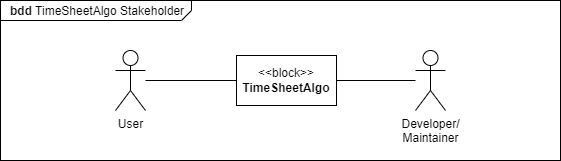
Before: 00_doc/Architecture_Models-01_Analysis_bdd.drawio.png, a diagram exported from draw.io (DedeHa/TimeSheet). Source tidied: cells renumbered, new cells last; positions are measured from the earlier drawing's top-left corner, leaving out a move shared by most shapes. Source of this version:
```xml
<mxGraphModel>
  <root>
    <mxCell id="0" />
    <mxCell id="1" parent="0" />
    <mxCell id="2" value="&lt;p style=&quot;margin: 0px ; margin-top: 4px ; margin-left: 10px ; text-align: left&quot;&gt;&lt;b&gt;bdd&lt;/b&gt;&amp;nbsp;TimeSheetAlgo Stakeholder&lt;/p&gt;" style="html=1;strokeWidth=1;shape=mxgraph.sysml.package;labelX=191;align=left;spacingLeft=10;overflow=fill;" parent="1" vertex="1">
      <mxGeometry width="560" height="160" as="geometry" />
    </mxCell>
    <mxCell id="3" value="&lt;span style=&quot;font-weight: normal&quot;&gt;&amp;lt;&amp;lt;block&amp;gt;&amp;gt;&lt;/span&gt;&lt;br&gt;TimeSheetAlgo" style="strokeColor=inherit;fillColor=inherit;gradientColor=inherit;shape=rect;fontStyle=1;html=1;whiteSpace=wrap;align=center;" parent="2" vertex="1">
      <mxGeometry x="236" y="55" width="100" height="50" as="geometry" />
    </mxCell>
    <mxCell id="4" value="Developer/&lt;br&gt;Maintainer" style="shape=umlActor;html=1;verticalLabelPosition=bottom;verticalAlign=top;align=center;" parent="2" vertex="1">
      <mxGeometry x="415" y="50" width="30" height="60" as="geometry" />
    </mxCell>
    <mxCell id="5" style="edgeStyle=none;rounded=0;jettySize=auto;html=1;endArrow=none;endFill=0;entryX=1;entryY=0.5;entryDx=0;entryDy=0;" parent="2" edge="1" source="4" target="3">
      <mxGeometry relative="1" as="geometry" />
    </mxCell>
    <mxCell id="6" value="User" style="shape=umlActor;html=1;verticalLabelPosition=bottom;verticalAlign=top;align=center;" parent="2" vertex="1">
      <mxGeometry x="115" y="50" width="30" height="60" as="geometry" />
    </mxCell>
    <mxCell id="7" style="edgeStyle=none;rounded=0;jettySize=auto;html=1;endArrow=none;endFill=0;entryX=0;entryY=0.5;entryDx=0;entryDy=0;" parent="2" edge="1" source="6" target="3">
      <mxGeometry relative="1" as="geometry" />
    </mxCell>
  </root>
</mxGraphModel>
```
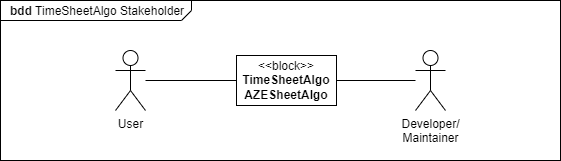
After the commit.

Commit message:
HOME-82 INF_D|BDD Update

Diff of the diagram source:
```diff
@@ -5,7 +5,7 @@
     <mxCell id="2" value="&lt;p style=&quot;margin: 0px ; margin-top: 4px ; margin-left: 10px ; text-align: left&quot;&gt;&lt;b&gt;bdd&lt;/b&gt;&amp;nbsp;TimeSheetAlgo Stakeholder&lt;/p&gt;" style="html=1;strokeWidth=1;shape=mxgraph.sysml.package;labelX=191;align=left;spacingLeft=10;overflow=fill;" parent="1" vertex="1">
       <mxGeometry width="560" height="160" as="geometry" />
     </mxCell>
-    <mxCell id="3" value="&lt;span style=&quot;font-weight: normal&quot;&gt;&amp;lt;&amp;lt;block&amp;gt;&amp;gt;&lt;/span&gt;&lt;br&gt;TimeSheetAlgo" style="strokeColor=inherit;fillColor=inherit;gradientColor=inherit;shape=rect;fontStyle=1;html=1;whiteSpace=wrap;align=center;" parent="2" vertex="1">
+    <mxCell id="3" value="&lt;span style=&quot;font-weight: normal&quot;&gt;&amp;lt;&amp;lt;block&amp;gt;&amp;gt;&lt;/span&gt;&lt;br&gt;TimeSheetAlgo&lt;br&gt;AZESheetAlgo" style="strokeColor=inherit;fillColor=inherit;gradientColor=inherit;shape=rect;fontStyle=1;html=1;whiteSpace=wrap;align=center;" parent="2" vertex="1">
       <mxGeometry x="236" y="55" width="100" height="50" as="geometry" />
     </mxCell>
     <mxCell id="4" value="Developer/&lt;br&gt;Maintainer" style="shape=umlActor;html=1;verticalLabelPosition=bottom;verticalAlign=top;align=center;" parent="2" vertex="1">
```
